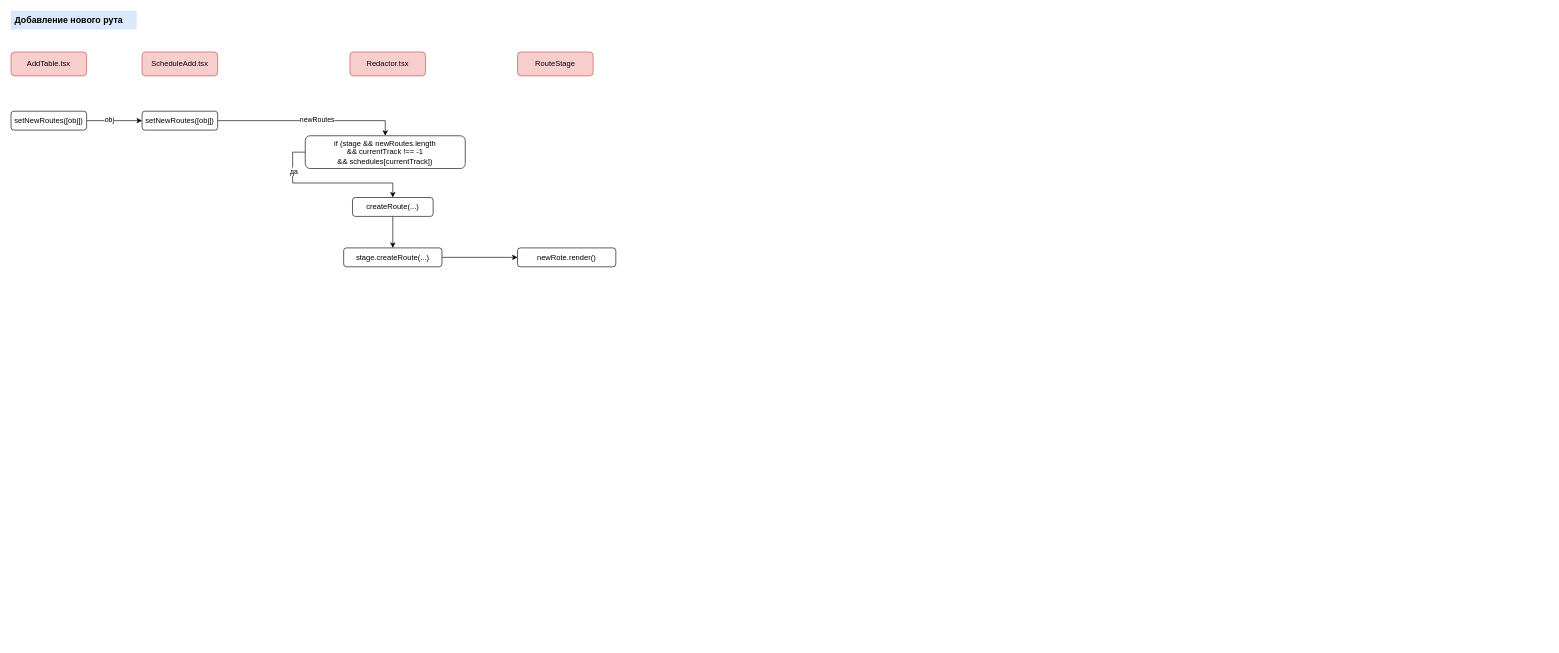
The draw.io diagram page "Routes (нитки)" (4 of 7) of График движения.drawio in orlov-oleg-developer/asuter-UML, before the edit. Source tidied: cells renumbered, new cells numbered last; positions are measured from the earlier drawing's top-left corner, leaving out a move shared by most shapes. Both pictures are drawn from the tidied source at 63%, with x=0, y=0 at pixel (11, 11).
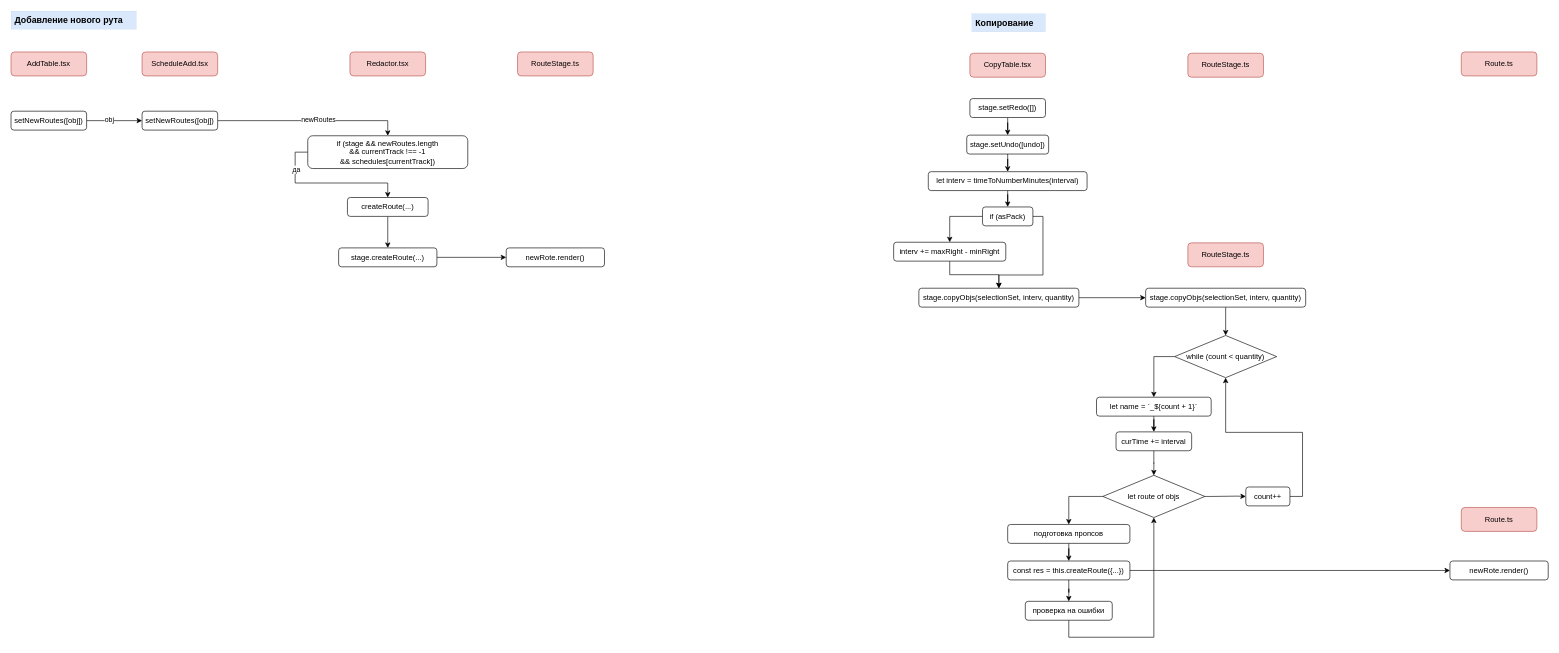
Above is the later version.

The edit, as a diff of the source:
```diff
@@
     <mxCell id="13" value="if (stage &amp;amp;&amp;amp;&amp;nbsp;newRoutes.length&lt;br style=&quot;border-color: var(--border-color);&quot;&gt;&amp;amp;&amp;amp;&amp;nbsp;currentTrack !== -1&lt;br style=&quot;border-color: var(--border-color);&quot;&gt;&amp;amp;&amp;amp;&amp;nbsp;schedules[currentTrack])" style="rounded=1;whiteSpace=wrap;html=1;" parent="1" vertex="1">
-      <mxGeometry x="467" y="198" width="254" height="52" as="geometry" />
+      <mxGeometry x="471" y="198" width="254" height="52" as="geometry" />
     </mxCell>
@@
     <mxCell id="15" value="createRoute(...)" style="rounded=1;whiteSpace=wrap;html=1;" parent="1" vertex="1">
-      <mxGeometry x="542" y="296" width="128" height="30" as="geometry" />
+      <mxGeometry x="534" y="296" width="128" height="30" as="geometry" />
     </mxCell>
-    <mxCell id="16" value="RouteStage" style="rounded=1;whiteSpace=wrap;html=1;glass=0;fillColor=#f8cecc;strokeColor=#b85450;" parent="1" vertex="1">
+    <mxCell id="16" value="RouteStage.ts" style="rounded=1;whiteSpace=wrap;html=1;glass=0;fillColor=#f8cecc;strokeColor=#b85450;" parent="1" vertex="1">
       <mxGeometry x="804" y="65" width="120" height="38" as="geometry" />
     </mxCell>
@@
     <mxCell id="18" value="stage.createRoute(...)" style="rounded=1;whiteSpace=wrap;html=1;" parent="1" vertex="1">
-      <mxGeometry x="528" y="376" width="156" height="30" as="geometry" />
+      <mxGeometry x="520" y="376" width="156" height="30" as="geometry" />
     </mxCell>
@@
     <mxCell id="20" value="newRote.render()" style="rounded=1;whiteSpace=wrap;html=1;" parent="1" vertex="1">
-      <mxGeometry x="804" y="376" width="156" height="30" as="geometry" />
+      <mxGeometry x="786" y="376" width="156" height="30" as="geometry" />
     </mxCell>
@@
+    <mxCell id="22" value="&lt;b&gt;&lt;font style=&quot;font-size: 14px;&quot;&gt;&amp;nbsp;Копирование&lt;/font&gt;&lt;/b&gt;" style="text;html=1;align=left;verticalAlign=middle;strokeColor=#6c8ebf;fillColor=#dae8fc;strokeWidth=0;fontSize=10;" parent="1" vertex="1">
+      <mxGeometry x="1525" y="4" width="117" height="29" as="geometry" />
+    </mxCell>
+    <mxCell id="23" value="CopyTable.tsx" style="rounded=1;whiteSpace=wrap;html=1;glass=0;fillColor=#f8cecc;strokeColor=#b85450;" parent="1" vertex="1">
+      <mxGeometry x="1522" y="67" width="120" height="38" as="geometry" />
+    </mxCell>
+    <mxCell id="24" style="edgeStyle=orthogonalEdgeStyle;rounded=0;jettySize=auto;html=1;entryX=0.5;entryY=0;entryDx=0;entryDy=0;" parent="1" edge="1" source="25" target="27">
+      <mxGeometry relative="1" as="geometry" />
+    </mxCell>
+    <mxCell id="25" value="stage.setRedo([])" style="rounded=1;whiteSpace=wrap;html=1;" parent="1" vertex="1">
+      <mxGeometry x="1522" y="139" width="120" height="30" as="geometry" />
+    </mxCell>
+    <mxCell id="26" style="edgeStyle=orthogonalEdgeStyle;rounded=0;jettySize=auto;html=1;entryX=0.5;entryY=0;entryDx=0;entryDy=0;" parent="1" edge="1" source="27" target="29">
+      <mxGeometry relative="1" as="geometry" />
+    </mxCell>
+    <mxCell id="27" value="stage.setUndo([undo])" style="rounded=1;whiteSpace=wrap;html=1;" parent="1" vertex="1">
+      <mxGeometry x="1517" y="197" width="130" height="30" as="geometry" />
+    </mxCell>
+    <mxCell id="28" style="edgeStyle=orthogonalEdgeStyle;rounded=0;jettySize=auto;html=1;entryX=0.5;entryY=0;entryDx=0;entryDy=0;" parent="1" edge="1" source="29" target="32">
+      <mxGeometry relative="1" as="geometry" />
+    </mxCell>
+    <mxCell id="29" value="let interv = timeToNumberMinutes(interval)" style="rounded=1;whiteSpace=wrap;html=1;" parent="1" vertex="1">
+      <mxGeometry x="1456" y="255" width="252" height="30" as="geometry" />
+    </mxCell>
+    <mxCell id="30" style="edgeStyle=orthogonalEdgeStyle;rounded=0;jettySize=auto;html=1;entryX=0.5;entryY=0;entryDx=0;entryDy=0;exitX=0;exitY=0.5;exitDx=0;exitDy=0;" parent="1" edge="1" source="32" target="34">
+      <mxGeometry relative="1" as="geometry" />
+    </mxCell>
+    <mxCell id="31" style="edgeStyle=orthogonalEdgeStyle;rounded=0;jettySize=auto;html=1;entryX=0.5;entryY=0;entryDx=0;entryDy=0;" parent="1" edge="1" source="32" target="36">
+      <mxGeometry relative="1" as="geometry">
+        <Array as="points">
+          <mxPoint x="1638" y="326" />
+          <mxPoint x="1638" y="419" />
+          <mxPoint x="1568" y="419" />
+        </Array>
+      </mxGeometry>
+    </mxCell>
+    <mxCell id="32" value="if (asPack)" style="rounded=1;whiteSpace=wrap;html=1;" parent="1" vertex="1">
+      <mxGeometry x="1542" y="311" width="80" height="30" as="geometry" />
+    </mxCell>
+    <mxCell id="33" style="edgeStyle=orthogonalEdgeStyle;rounded=0;jettySize=auto;html=1;entryX=0.5;entryY=0;entryDx=0;entryDy=0;" parent="1" edge="1" source="34" target="36">
+      <mxGeometry relative="1" as="geometry" />
+    </mxCell>
+    <mxCell id="34" value="interv += maxRight - minRight" style="rounded=1;whiteSpace=wrap;html=1;" parent="1" vertex="1">
+      <mxGeometry x="1401" y="367" width="178" height="30" as="geometry" />
+    </mxCell>
+    <mxCell id="35" style="edgeStyle=orthogonalEdgeStyle;rounded=0;jettySize=auto;html=1;entryX=0;entryY=0.5;entryDx=0;entryDy=0;" parent="1" edge="1" source="36" target="39">
+      <mxGeometry relative="1" as="geometry" />
+    </mxCell>
+    <mxCell id="36" value="stage.copyObjs(selectionSet, interv, quantity)" style="rounded=1;whiteSpace=wrap;html=1;" parent="1" vertex="1">
+      <mxGeometry x="1441" y="440" width="254" height="30" as="geometry" />
+    </mxCell>
+    <mxCell id="37" value="RouteStage.ts" style="rounded=1;whiteSpace=wrap;html=1;glass=0;fillColor=#f8cecc;strokeColor=#b85450;" parent="1" vertex="1">
+      <mxGeometry x="1868" y="67" width="120" height="38" as="geometry" />
+    </mxCell>
+    <mxCell id="38" style="edgeStyle=orthogonalEdgeStyle;rounded=0;jettySize=auto;html=1;entryX=0.5;entryY=0;entryDx=0;entryDy=0;" parent="1" edge="1" source="39" target="41">
+      <mxGeometry relative="1" as="geometry" />
+    </mxCell>
+    <mxCell id="39" value="stage.copyObjs(selectionSet, interv, quantity)" style="rounded=1;whiteSpace=wrap;html=1;" parent="1" vertex="1">
+      <mxGeometry x="1801" y="440" width="254" height="30" as="geometry" />
+    </mxCell>
+    <mxCell id="40" style="edgeStyle=orthogonalEdgeStyle;rounded=0;jettySize=auto;html=1;entryX=0.5;entryY=0;entryDx=0;entryDy=0;exitX=0;exitY=0.5;exitDx=0;exitDy=0;" parent="1" edge="1" source="41" target="43">
+      <mxGeometry relative="1" as="geometry" />
+    </mxCell>
+    <mxCell id="41" value="while (count &amp;lt; quantity)" style="rhombus;whiteSpace=wrap;html=1;" parent="1" vertex="1">
+      <mxGeometry x="1847" y="515" width="162" height="67" as="geometry" />
+    </mxCell>
+    <mxCell id="42" style="edgeStyle=orthogonalEdgeStyle;rounded=0;jettySize=auto;html=1;entryX=0.5;entryY=0;entryDx=0;entryDy=0;" parent="1" edge="1" source="43" target="45">
+      <mxGeometry relative="1" as="geometry" />
+    </mxCell>
+    <mxCell id="43" value="let name = `_${count + 1}`" style="rounded=1;whiteSpace=wrap;html=1;" parent="1" vertex="1">
+      <mxGeometry x="1723" y="613" width="182" height="30" as="geometry" />
+    </mxCell>
+    <mxCell id="44" style="edgeStyle=orthogonalEdgeStyle;rounded=0;jettySize=auto;html=1;entryX=0.5;entryY=0;entryDx=0;entryDy=0;" parent="1" edge="1" source="45" target="48">
+      <mxGeometry relative="1" as="geometry" />
+    </mxCell>
+    <mxCell id="45" value="curTime += interval" style="rounded=1;whiteSpace=wrap;html=1;" parent="1" vertex="1">
+      <mxGeometry x="1754" y="668" width="120" height="30" as="geometry" />
+    </mxCell>
+    <mxCell id="46" style="edgeStyle=orthogonalEdgeStyle;rounded=0;jettySize=auto;html=1;exitX=0;exitY=0.5;exitDx=0;exitDy=0;entryX=0.5;entryY=0;entryDx=0;entryDy=0;" parent="1" edge="1" source="48" target="53">
+      <mxGeometry relative="1" as="geometry" />
+    </mxCell>
+    <mxCell id="47" style="edgeStyle=orthogonalEdgeStyle;rounded=0;jettySize=auto;html=1;entryX=0;entryY=0.5;entryDx=0;entryDy=0;" parent="1" edge="1" source="48" target="57">
+      <mxGeometry relative="1" as="geometry">
+        <Array as="points">
+          <mxPoint x="1906" y="770" />
+          <mxPoint x="1946" y="770" />
+          <mxPoint x="1946" y="780" />
+        </Array>
+      </mxGeometry>
+    </mxCell>
+    <mxCell id="48" value="let route of objs" style="rhombus;whiteSpace=wrap;html=1;" parent="1" vertex="1">
+      <mxGeometry x="1733" y="737" width="162" height="67" as="geometry" />
+    </mxCell>
+    <mxCell id="49" style="edgeStyle=orthogonalEdgeStyle;rounded=0;jettySize=auto;html=1;entryX=0.5;entryY=0;entryDx=0;entryDy=0;" parent="1" edge="1" source="51" target="55">
+      <mxGeometry relative="1" as="geometry" />
+    </mxCell>
+    <mxCell id="50" style="edgeStyle=orthogonalEdgeStyle;rounded=0;jettySize=auto;html=1;entryX=0;entryY=0.5;entryDx=0;entryDy=0;" parent="1" edge="1" source="51" target="59">
+      <mxGeometry relative="1" as="geometry" />
+    </mxCell>
+    <mxCell id="51" value="const res = this.createRoute({...})" style="rounded=1;whiteSpace=wrap;html=1;" parent="1" vertex="1">
+      <mxGeometry x="1582" y="873" width="194" height="30" as="geometry" />
+    </mxCell>
+    <mxCell id="52" style="edgeStyle=orthogonalEdgeStyle;rounded=0;jettySize=auto;html=1;entryX=0.5;entryY=0;entryDx=0;entryDy=0;" parent="1" edge="1" source="53" target="51">
+      <mxGeometry relative="1" as="geometry" />
+    </mxCell>
+    <mxCell id="53" value="подготовка пропсов" style="rounded=1;whiteSpace=wrap;html=1;" parent="1" vertex="1">
+      <mxGeometry x="1582" y="815" width="194" height="30" as="geometry" />
+    </mxCell>
+    <mxCell id="54" style="edgeStyle=orthogonalEdgeStyle;rounded=0;jettySize=auto;html=1;entryX=0.5;entryY=1;entryDx=0;entryDy=0;" parent="1" edge="1" source="55" target="48">
+      <mxGeometry relative="1" as="geometry">
+        <Array as="points">
+          <mxPoint x="1679" y="994" />
+          <mxPoint x="1814" y="994" />
+        </Array>
+      </mxGeometry>
+    </mxCell>
+    <mxCell id="55" value="проверка на ошибки" style="rounded=1;whiteSpace=wrap;html=1;" parent="1" vertex="1">
+      <mxGeometry x="1610" y="937" width="138" height="30" as="geometry" />
+    </mxCell>
+    <mxCell id="56" style="edgeStyle=orthogonalEdgeStyle;rounded=0;jettySize=auto;html=1;entryX=0.5;entryY=1;entryDx=0;entryDy=0;exitX=1;exitY=0.5;exitDx=0;exitDy=0;" parent="1" edge="1" source="57" target="41">
+      <mxGeometry relative="1" as="geometry" />
+    </mxCell>
+    <mxCell id="57" value="count++" style="rounded=1;whiteSpace=wrap;html=1;" parent="1" vertex="1">
+      <mxGeometry x="1960" y="755.5" width="70" height="30" as="geometry" />
+    </mxCell>
+    <mxCell id="58" value="Route.ts" style="rounded=1;whiteSpace=wrap;html=1;glass=0;fillColor=#f8cecc;strokeColor=#b85450;" parent="1" vertex="1">
+      <mxGeometry x="2302" y="65" width="120" height="38" as="geometry" />
+    </mxCell>
+    <mxCell id="59" value="newRote.render()" style="rounded=1;whiteSpace=wrap;html=1;" parent="1" vertex="1">
+      <mxGeometry x="2284" y="873" width="156" height="30" as="geometry" />
+    </mxCell>
+    <mxCell id="60" value="RouteStage.ts" style="rounded=1;whiteSpace=wrap;html=1;glass=0;fillColor=#f8cecc;strokeColor=#b85450;" parent="1" vertex="1">
+      <mxGeometry x="1868" y="368" width="120" height="38" as="geometry" />
+    </mxCell>
+    <mxCell id="61" value="Route.ts" style="rounded=1;whiteSpace=wrap;html=1;glass=0;fillColor=#f8cecc;strokeColor=#b85450;" parent="1" vertex="1">
+      <mxGeometry x="2302" y="788" width="120" height="38" as="geometry" />
+    </mxCell>
```
